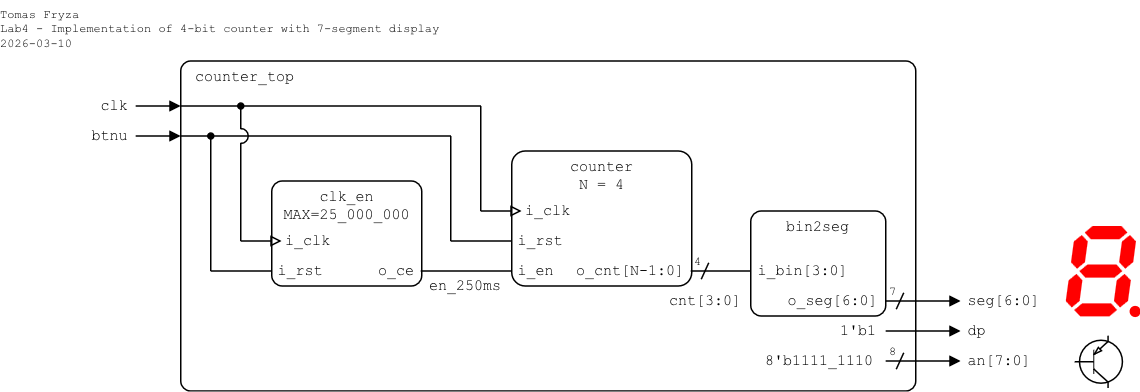
This is lab4-counter/images/top-level_ver2.png from tomas-fryza/verilog-examples, a draw.io export, as it was before one commit. Source tidied: cells renumbered, new cells last; positions are measured from the earlier drawing's top-left corner, leaving out a move shared by most shapes.
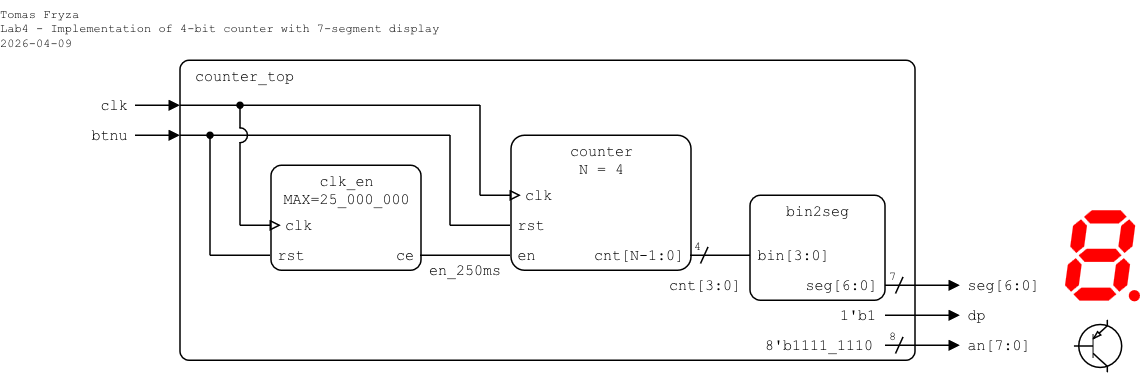
Later version of the same file.

Change to the diagram source:
```diff
@@ -6,12 +6,12 @@
       <mxGeometry x="340.6" y="100" width="120" height="90" as="geometry" />
     </mxCell>
     <mxCell id="3" value="counter_top" style="rounded=1;arcSize=3;whiteSpace=wrap;html=1;align=left;verticalAlign=top;fontFamily=Courier New;absoluteArcSize=0;fillColor=none;fontSize=10;spacingLeft=10;imageHeight=24;spacing=0;" parent="1" vertex="1">
-      <mxGeometry x="120" y="40" width="490" height="220" as="geometry" />
+      <mxGeometry x="120" y="50" width="490" height="200" as="geometry" />
     </mxCell>
     <mxCell id="4" style="endArrow=none;html=1;rounded=0;endFill=0;endSize=5;startSize=5;" parent="1" edge="1">
       <mxGeometry relative="1" as="geometry">
-        <mxPoint x="120" y="70" as="sourcePoint" />
-        <mxPoint x="320" y="70" as="targetPoint" />
+        <mxPoint x="120" y="80" as="sourcePoint" />
+        <mxPoint x="320" y="80" as="targetPoint" />
       </mxGeometry>
     </mxCell>
     <mxCell id="5" value="cnt[3:0]" style="text;html=1;align=center;verticalAlign=middle;whiteSpace=wrap;rounded=0;fontFamily=Courier New;fontSize=10;fillOpacity=100;spacing=0;spacingLeft=0;direction=east;rotation=0;" parent="1" vertex="1">
@@ -25,8 +25,8 @@
     </mxCell>
     <mxCell id="7" style="endArrow=none;html=1;rounded=0;endFill=0;endSize=5;startSize=5;" parent="1" edge="1">
       <mxGeometry relative="1" as="geometry">
-        <mxPoint x="120" y="90" as="sourcePoint" />
-        <mxPoint x="300" y="90" as="targetPoint" />
+        <mxPoint x="120" y="100" as="sourcePoint" />
+        <mxPoint x="300" y="100" as="targetPoint" />
       </mxGeometry>
     </mxCell>
     <mxCell id="8" value="en_250ms" style="text;html=1;align=center;verticalAlign=middle;whiteSpace=wrap;rounded=0;fontFamily=Courier New;fontSize=10;fillOpacity=100;spacing=0;spacingLeft=0;" parent="1" vertex="1">
@@ -46,31 +46,31 @@
     </mxCell>
     <mxCell id="11" style="endArrow=block;html=1;rounded=0;endFill=1;endSize=5;startSize=5;" parent="1" edge="1">
       <mxGeometry relative="1" as="geometry">
-        <mxPoint x="90" y="90" as="sourcePoint" />
-        <mxPoint x="120" y="90" as="targetPoint" />
+        <mxPoint x="90" y="100" as="sourcePoint" />
+        <mxPoint x="120" y="100" as="targetPoint" />
       </mxGeometry>
     </mxCell>
     <mxCell id="12" value="&lt;div align=&quot;right&quot;&gt;btnu&lt;/div&gt;" style="text;html=1;align=right;verticalAlign=middle;whiteSpace=wrap;rounded=0;fontFamily=Courier New;fontSize=10;fillOpacity=100;spacing=0;spacingLeft=0;spacingRight=5;" parent="1" vertex="1">
-      <mxGeometry x="50" y="80" width="39.6" height="20" as="geometry" />
+      <mxGeometry x="50" y="90" width="39.6" height="20" as="geometry" />
     </mxCell>
     <mxCell id="13" style="endArrow=block;html=1;rounded=0;endFill=1;endSize=5;startSize=5;" parent="1" edge="1">
       <mxGeometry relative="1" as="geometry">
-        <mxPoint x="90" y="70" as="sourcePoint" />
-        <mxPoint x="120" y="70" as="targetPoint" />
+        <mxPoint x="90" y="80" as="sourcePoint" />
+        <mxPoint x="120" y="80" as="targetPoint" />
       </mxGeometry>
     </mxCell>
     <mxCell id="14" value="clk" style="text;html=1;align=right;verticalAlign=middle;whiteSpace=wrap;rounded=0;fontFamily=Courier New;fontSize=10;fillOpacity=100;spacing=0;spacingLeft=0;spacingRight=5;" parent="1" vertex="1">
-      <mxGeometry x="60" y="60" width="30" height="20" as="geometry" />
+      <mxGeometry x="60" y="70" width="30" height="20" as="geometry" />
     </mxCell>
     <mxCell id="15" style="endArrow=none;html=1;rounded=0;startArrow=none;startFill=0;endSize=4;startSize=4;" parent="1" edge="1">
       <mxGeometry relative="1" as="geometry">
         <mxPoint x="320" y="140" as="sourcePoint" />
-        <mxPoint x="320" y="70" as="targetPoint" />
+        <mxPoint x="320" y="80" as="targetPoint" />
       </mxGeometry>
     </mxCell>
     <mxCell id="16" style="endArrow=none;html=1;rounded=0;startArrow=none;startFill=0;endSize=4;startSize=4;" parent="1" edge="1">
       <mxGeometry relative="1" as="geometry">
-        <mxPoint x="300" y="90" as="sourcePoint" />
+        <mxPoint x="300" y="100" as="sourcePoint" />
         <mxPoint x="300" y="160" as="targetPoint" />
       </mxGeometry>
     </mxCell>
@@ -94,32 +94,32 @@
     </mxCell>
     <mxCell id="20" style="endArrow=oval;html=1;rounded=0;startArrow=none;startFill=0;endSize=4;startSize=4;endFill=1;" parent="1" edge="1">
       <mxGeometry relative="1" as="geometry">
-        <mxPoint x="160" y="85.5" as="sourcePoint" />
-        <mxPoint x="160" y="70" as="targetPoint" />
+        <mxPoint x="160" y="95.5" as="sourcePoint" />
+        <mxPoint x="160" y="80" as="targetPoint" />
       </mxGeometry>
     </mxCell>
     <mxCell id="21" style="endArrow=none;html=1;rounded=0;startArrow=oval;startFill=1;endSize=4;startSize=4;" parent="1" edge="1">
       <mxGeometry relative="1" as="geometry">
-        <mxPoint x="140" y="90" as="sourcePoint" />
+        <mxPoint x="140" y="100" as="sourcePoint" />
         <mxPoint x="140" y="180" as="targetPoint" />
       </mxGeometry>
     </mxCell>
     <mxCell id="22" style="verticalLabelPosition=bottom;verticalAlign=top;html=1;shape=mxgraph.basic.arc;startAngle=0.75;endAngle=0.25;rotation=90;" parent="1" vertex="1">
-      <mxGeometry x="155" y="85" width="10" height="10" as="geometry" />
+      <mxGeometry x="155" y="95" width="10" height="10" as="geometry" />
     </mxCell>
     <mxCell id="23" style="endArrow=none;html=1;rounded=0;startArrow=none;startFill=0;endSize=4;startSize=4;" parent="1" edge="1">
       <mxGeometry relative="1" as="geometry">
-        <mxPoint x="160" y="94.5" as="sourcePoint" />
+        <mxPoint x="160" y="104.5" as="sourcePoint" />
         <mxPoint x="160" y="160" as="targetPoint" />
       </mxGeometry>
     </mxCell>
     <mxCell id="24" value="bin2seg" style="rounded=1;arcSize=10;align=center;verticalAlign=top;fontFamily=Courier New;absoluteArcSize=0;fillColor=none;fixDash=0;fontSize=10;spacingLeft=0;labelBorderColor=none;spacingTop=0;spacing=0;labelBackgroundColor=none;whiteSpace=wrap;html=1;strokeWidth=1;shadow=0;glass=0;" parent="1" vertex="1">
       <mxGeometry x="500" y="140" width="90" height="70" as="geometry" />
     </mxCell>
-    <mxCell id="25" value="i_bin[3:0]" style="text;html=1;align=left;verticalAlign=middle;whiteSpace=wrap;rounded=0;fontFamily=Courier New;fontSize=10;fillOpacity=100;spacingLeft=5;spacing=0;" parent="1" vertex="1">
+    <mxCell id="25" value="bin[3:0]" style="text;html=1;align=left;verticalAlign=middle;whiteSpace=wrap;rounded=0;fontFamily=Courier New;fontSize=10;fillOpacity=100;spacingLeft=5;spacing=0;" parent="1" vertex="1">
       <mxGeometry x="500" y="170" width="70" height="20" as="geometry" />
     </mxCell>
-    <mxCell id="26" value="o_seg[6:0]" style="text;html=1;align=right;verticalAlign=middle;whiteSpace=wrap;rounded=0;fontFamily=Courier New;fontSize=10;fillOpacity=100;spacing=0;spacingRight=5;" parent="1" vertex="1">
+    <mxCell id="26" value="seg[6:0]" style="text;html=1;align=right;verticalAlign=middle;whiteSpace=wrap;rounded=0;fontFamily=Courier New;fontSize=10;fillOpacity=100;spacing=0;spacingRight=5;" parent="1" vertex="1">
       <mxGeometry x="510" y="190" width="80" height="20" as="geometry" />
     </mxCell>
     <mxCell id="27" style="endArrow=block;html=1;rounded=0;exitX=1;exitY=0.5;exitDx=0;exitDy=0;endFill=1;endSize=5;startSize=5;" parent="1" edge="1">
@@ -188,31 +188,31 @@
     <mxCell id="42" value="4" style="text;html=1;align=center;verticalAlign=middle;whiteSpace=wrap;rounded=0;fontFamily=Courier New;fontSize=8;fillOpacity=100;spacing=2;spacingRight=0;" parent="1" vertex="1">
       <mxGeometry x="460" y="164" width="10" height="20" as="geometry" />
     </mxCell>
-    <mxCell id="43" value="&lt;div&gt;Tomas Fryza&lt;/div&gt;&lt;div&gt;Lab4 - Implementation of 4-bit counter with 7-segment display&lt;/div&gt;&lt;div&gt;2026-03-10&lt;/div&gt;" style="text;html=1;align=left;verticalAlign=top;whiteSpace=wrap;rounded=0;fontFamily=Courier New;fontSize=8;fillOpacity=100;spacing=0;spacingLeft=0;" parent="1" vertex="1">
-      <mxGeometry width="320" height="40" as="geometry" />
+    <mxCell id="43" value="&lt;div&gt;Tomas Fryza&lt;/div&gt;&lt;div&gt;Lab4 - Implementation of 4-bit counter with 7-segment display&lt;/div&gt;&lt;div&gt;2026-04-09&lt;/div&gt;" style="text;html=1;align=left;verticalAlign=top;whiteSpace=wrap;rounded=0;fontFamily=Courier New;fontSize=8;fillOpacity=100;spacing=0;spacingLeft=0;" parent="1" vertex="1">
+      <mxGeometry y="10" width="320" height="40" as="geometry" />
     </mxCell>
     <mxCell id="44" value="clk_en&lt;div&gt;MAX=25_000_000&lt;br&gt;&lt;/div&gt;" style="rounded=1;arcSize=10;align=center;verticalAlign=top;fontFamily=Courier New;absoluteArcSize=0;fillColor=none;fixDash=0;fontSize=10;spacingLeft=0;labelBorderColor=none;spacingTop=0;spacing=0;labelBackgroundColor=none;whiteSpace=wrap;html=1;strokeWidth=1;shadow=0;glass=0;" parent="1" vertex="1">
       <mxGeometry x="180.6" y="120" width="100" height="70" as="geometry" />
     </mxCell>
-    <mxCell id="45" value="i_rst" style="text;html=1;align=left;verticalAlign=middle;whiteSpace=wrap;rounded=0;fontFamily=Courier New;fontSize=10;fillOpacity=100;spacingLeft=5;spacing=0;" parent="1" vertex="1">
+    <mxCell id="45" value="rst" style="text;html=1;align=left;verticalAlign=middle;whiteSpace=wrap;rounded=0;fontFamily=Courier New;fontSize=10;fillOpacity=100;spacingLeft=5;spacing=0;" parent="1" vertex="1">
       <mxGeometry x="180" y="170" width="40.6" height="20" as="geometry" />
     </mxCell>
-    <mxCell id="46" value="i_clk" style="text;html=1;align=left;verticalAlign=middle;whiteSpace=wrap;rounded=0;fontFamily=Courier New;fontSize=10;fillOpacity=100;spacing=0;spacingLeft=10;" parent="1" vertex="1">
+    <mxCell id="46" value="clk" style="text;html=1;align=left;verticalAlign=middle;whiteSpace=wrap;rounded=0;fontFamily=Courier New;fontSize=10;fillOpacity=100;spacing=0;spacingLeft=10;" parent="1" vertex="1">
       <mxGeometry x="180" y="150" width="50.6" height="20" as="geometry" />
     </mxCell>
-    <mxCell id="47" value="o_ce" style="text;html=1;align=right;verticalAlign=middle;whiteSpace=wrap;rounded=0;fontFamily=Courier New;fontSize=10;fillOpacity=100;spacing=0;spacingRight=5;" parent="1" vertex="1">
+    <mxCell id="47" value="ce" style="text;html=1;align=right;verticalAlign=middle;whiteSpace=wrap;rounded=0;fontFamily=Courier New;fontSize=10;fillOpacity=100;spacing=0;spacingRight=5;" parent="1" vertex="1">
       <mxGeometry x="250.6" y="170" width="30" height="20" as="geometry" />
     </mxCell>
-    <mxCell id="48" value="i_rst" style="text;html=1;align=left;verticalAlign=middle;whiteSpace=wrap;rounded=0;fontFamily=Courier New;fontSize=10;fillOpacity=100;spacingLeft=5;spacing=0;" parent="1" vertex="1">
+    <mxCell id="48" value="rst" style="text;html=1;align=left;verticalAlign=middle;whiteSpace=wrap;rounded=0;fontFamily=Courier New;fontSize=10;fillOpacity=100;spacingLeft=5;spacing=0;" parent="1" vertex="1">
       <mxGeometry x="340" y="150" width="40.6" height="20" as="geometry" />
     </mxCell>
-    <mxCell id="49" value="i_clk" style="text;html=1;align=left;verticalAlign=middle;whiteSpace=wrap;rounded=0;fontFamily=Courier New;fontSize=10;fillOpacity=100;spacing=0;spacingLeft=10;" parent="1" vertex="1">
+    <mxCell id="49" value="clk" style="text;html=1;align=left;verticalAlign=middle;whiteSpace=wrap;rounded=0;fontFamily=Courier New;fontSize=10;fillOpacity=100;spacing=0;spacingLeft=10;" parent="1" vertex="1">
       <mxGeometry x="340" y="130" width="40.6" height="20" as="geometry" />
     </mxCell>
-    <mxCell id="50" value="o_cnt[N-1:0]" style="text;html=1;align=right;verticalAlign=middle;whiteSpace=wrap;rounded=0;fontFamily=Courier New;fontSize=10;fillOpacity=100;spacing=0;spacingRight=5;" parent="1" vertex="1">
+    <mxCell id="50" value="cnt[N-1:0]" style="text;html=1;align=right;verticalAlign=middle;whiteSpace=wrap;rounded=0;fontFamily=Courier New;fontSize=10;fillOpacity=100;spacing=0;spacingRight=5;" parent="1" vertex="1">
       <mxGeometry x="380.6" y="170" width="80" height="20" as="geometry" />
     </mxCell>
-    <mxCell id="51" value="i_en" style="text;html=1;align=left;verticalAlign=middle;whiteSpace=wrap;rounded=0;fontFamily=Courier New;fontSize=10;fillOpacity=100;spacingLeft=5;spacing=0;" parent="1" vertex="1">
+    <mxCell id="51" value="en" style="text;html=1;align=left;verticalAlign=middle;whiteSpace=wrap;rounded=0;fontFamily=Courier New;fontSize=10;fillOpacity=100;spacingLeft=5;spacing=0;" parent="1" vertex="1">
       <mxGeometry x="340" y="170" width="30.6" height="20" as="geometry" />
     </mxCell>
   </root>
```
